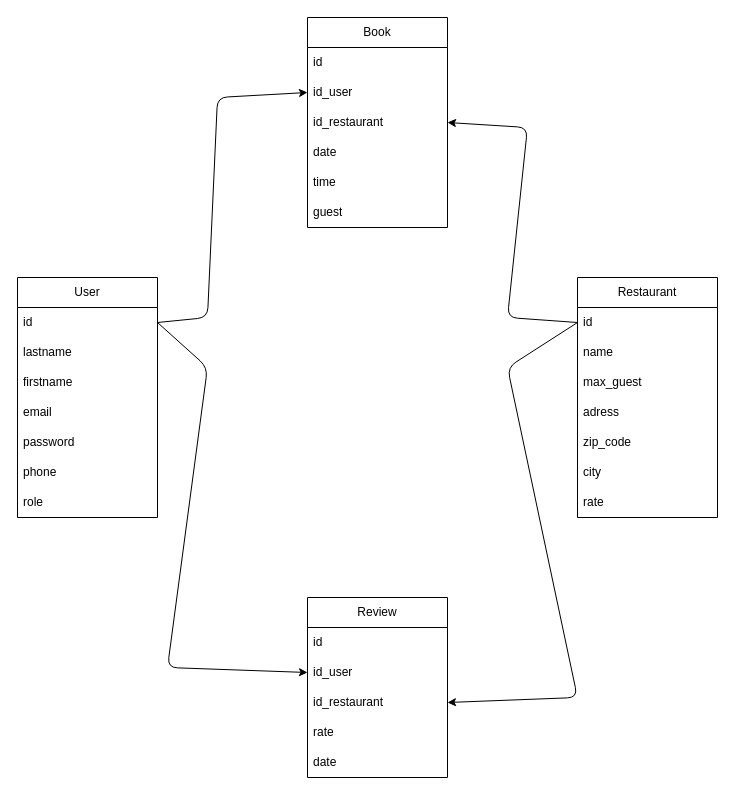
Above: page "MLD" (2 of 3) of mcd-mld.drawio in thomas-spinec/silver-micro (draw.io), before the change. Source tidied: cells renumbered, new cells numbered last; positions are measured from the earlier drawing's top-left corner, leaving out a move shared by most shapes. Both pictures are drawn from the tidied source at 100%, with x=0, y=0 at pixel (17, 17).
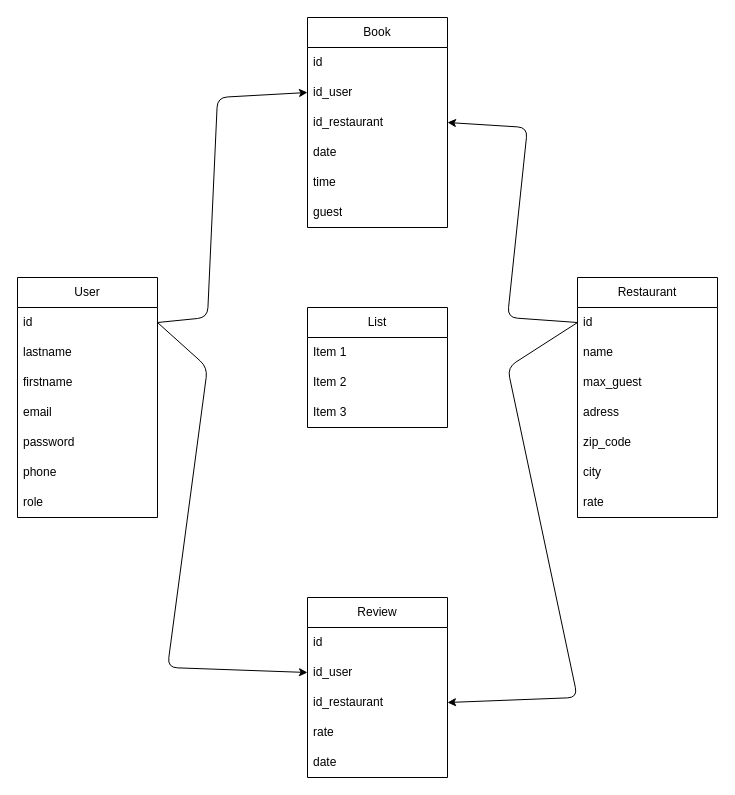
The same page after the edit.

Diff of the diagram source:
```diff
@@
+    <mxCell id="35" value="List" style="swimlane;fontStyle=0;horizontal=1;startSize=30;whiteSpace=wrap;html=1;" parent="1" vertex="1">
+      <mxGeometry x="290" y="290" width="140" height="120" as="geometry" />
+    </mxCell>
+    <mxCell id="36" value="Item 1" style="text;strokeColor=none;fillColor=none;align=left;verticalAlign=middle;spacingLeft=4;spacingRight=4;overflow=hidden;whiteSpace=wrap;html=1;" parent="35" vertex="1">
+      <mxGeometry y="30" width="140" height="30" as="geometry" />
+    </mxCell>
+    <mxCell id="37" value="Item 2" style="text;strokeColor=none;fillColor=none;align=left;verticalAlign=middle;spacingLeft=4;spacingRight=4;overflow=hidden;whiteSpace=wrap;html=1;" parent="35" vertex="1">
+      <mxGeometry y="60" width="140" height="30" as="geometry" />
+    </mxCell>
+    <mxCell id="38" value="Item 3" style="text;strokeColor=none;fillColor=none;align=left;verticalAlign=middle;spacingLeft=4;spacingRight=4;overflow=hidden;whiteSpace=wrap;html=1;" parent="35" vertex="1">
+      <mxGeometry y="90" width="140" height="30" as="geometry" />
+    </mxCell>
```
